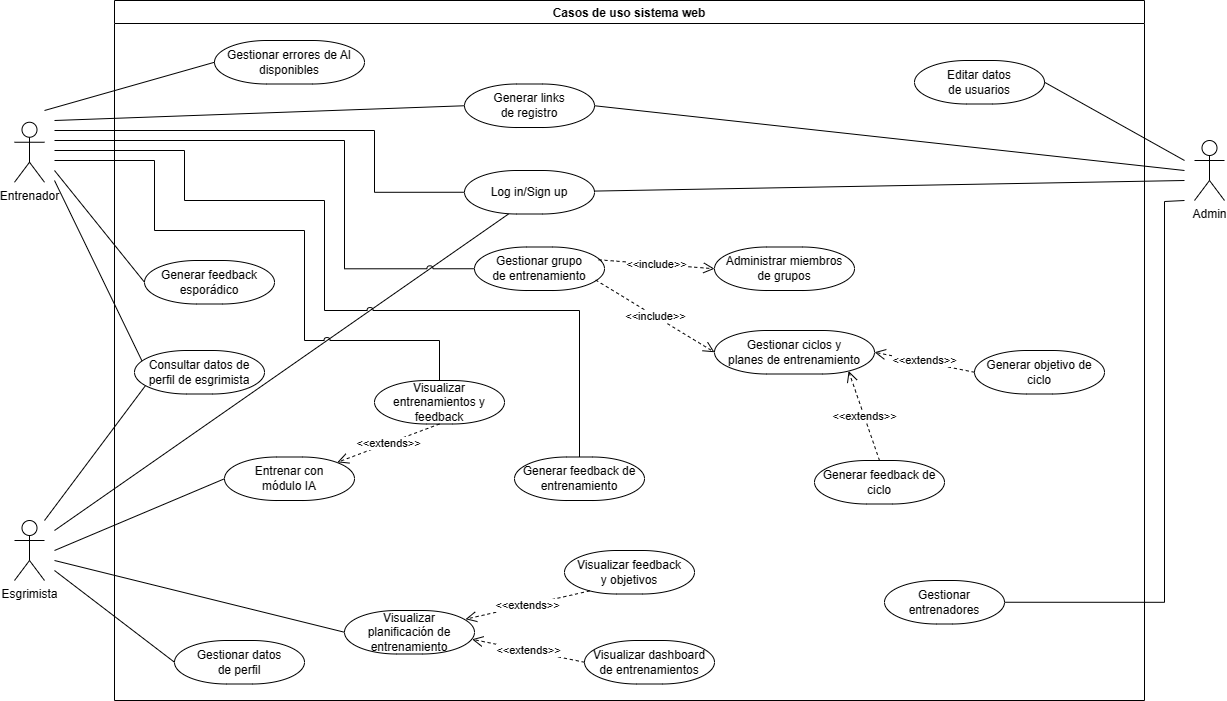
Before: Requirements/casos_de_uso_web-app.png, a diagram exported from draw.io (Diego-Hiriart/Capstone_Hiriart-Corales-Samaniego). Source tidied: cells renumbered, new cells last; positions are measured from the earlier drawing's top-left corner, leaving out a move shared by most shapes.
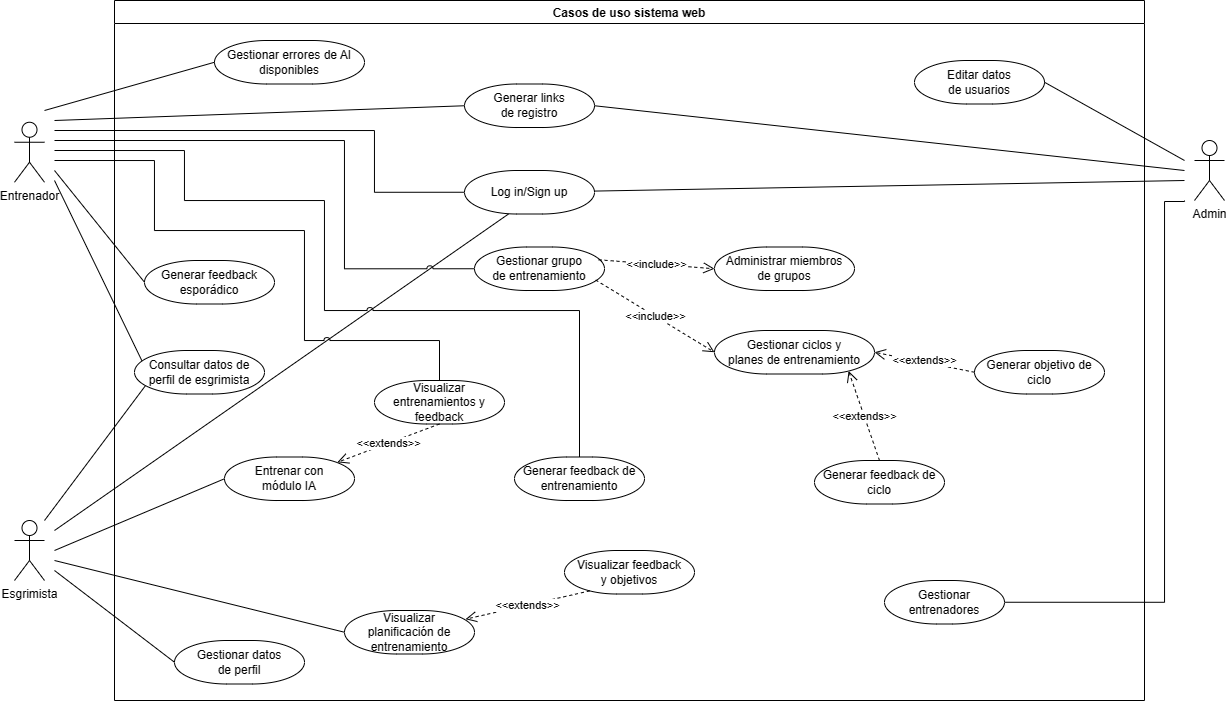
Later version of the same file.

The edit, as a diff of the source:
```diff
@@ -154,9 +154,6 @@
     <mxCell id="32" value="Entrenar con&lt;br&gt;módulo IA" style="rounded=1;whiteSpace=wrap;html=1;perimeterSpacing=0;arcSize=120;" parent="1" vertex="1">
       <mxGeometry x="210" y="456.5" width="130" height="43.5" as="geometry" />
     </mxCell>
-    <mxCell id="33" value="Visualizar dashboard&lt;br&gt;de entrenamientos" style="rounded=1;whiteSpace=wrap;html=1;perimeterSpacing=0;arcSize=120;" parent="1" vertex="1">
-      <mxGeometry x="570" y="640" width="130" height="43.5" as="geometry" />
-    </mxCell>
     <mxCell id="34" value="Visualizar feedback&lt;br&gt;y objetivos" style="rounded=1;whiteSpace=wrap;html=1;perimeterSpacing=0;arcSize=120;" parent="1" vertex="1">
       <mxGeometry x="550" y="550" width="130" height="43.5" as="geometry" />
     </mxCell>
@@ -178,9 +175,6 @@
     <mxCell id="40" value="&amp;lt;&amp;lt;extends&amp;gt;&amp;gt;" style="endArrow=open;endSize=9;endFill=0;html=1;rounded=0;dashed=1;entryX=0.868;entryY=0.122;entryDx=0;entryDy=0;exitX=0.5;exitY=1;exitDx=0;exitDy=0;entryPerimeter=0;" parent="1" edge="1" source="35" target="32">
       <mxGeometry relative="1" as="geometry" />
     </mxCell>
-    <mxCell id="41" value="&amp;lt;&amp;lt;extends&amp;gt;&amp;gt;" style="endArrow=open;endSize=9;endFill=0;html=1;rounded=0;dashed=1;entryX=0.981;entryY=0.662;entryDx=0;entryDy=0;exitX=0;exitY=0.5;exitDx=0;exitDy=0;entryPerimeter=0;" parent="1" edge="1" source="33" target="31">
-      <mxGeometry relative="1" as="geometry" />
-    </mxCell>
     <mxCell id="42" value="&amp;lt;&amp;lt;extends&amp;gt;&amp;gt;" style="endArrow=open;endSize=9;endFill=0;html=1;rounded=0;dashed=1;entryX=0.931;entryY=0.2;entryDx=0;entryDy=0;entryPerimeter=0;exitX=0.194;exitY=0.929;exitDx=0;exitDy=0;exitPerimeter=0;" parent="1" edge="1" source="34" target="31">
       <mxGeometry relative="1" as="geometry" />
     </mxCell>
```
